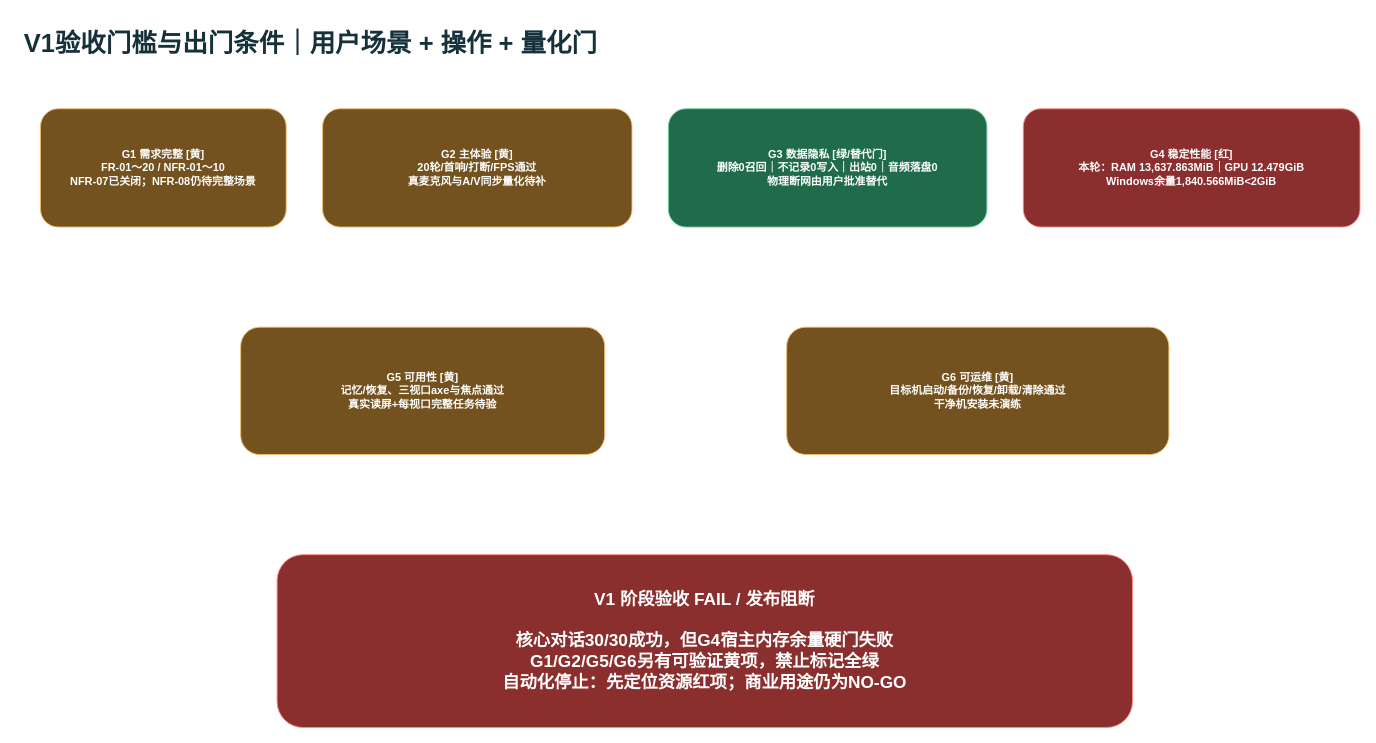
This is page "08-V1验收门槛与出门" (8 of 8) of docs/cyberWife-b3-b5-delivery-gap.drawio from ljx418/cyberWife, a draw.io file, before an edit. Source tidied: cells renumbered, new cells numbered last; positions are measured from the earlier drawing's top-left corner, leaving out a move shared by most shapes. Both pictures are drawn from the tidied source at 91%, with x=0, y=0 at pixel (22, 22).
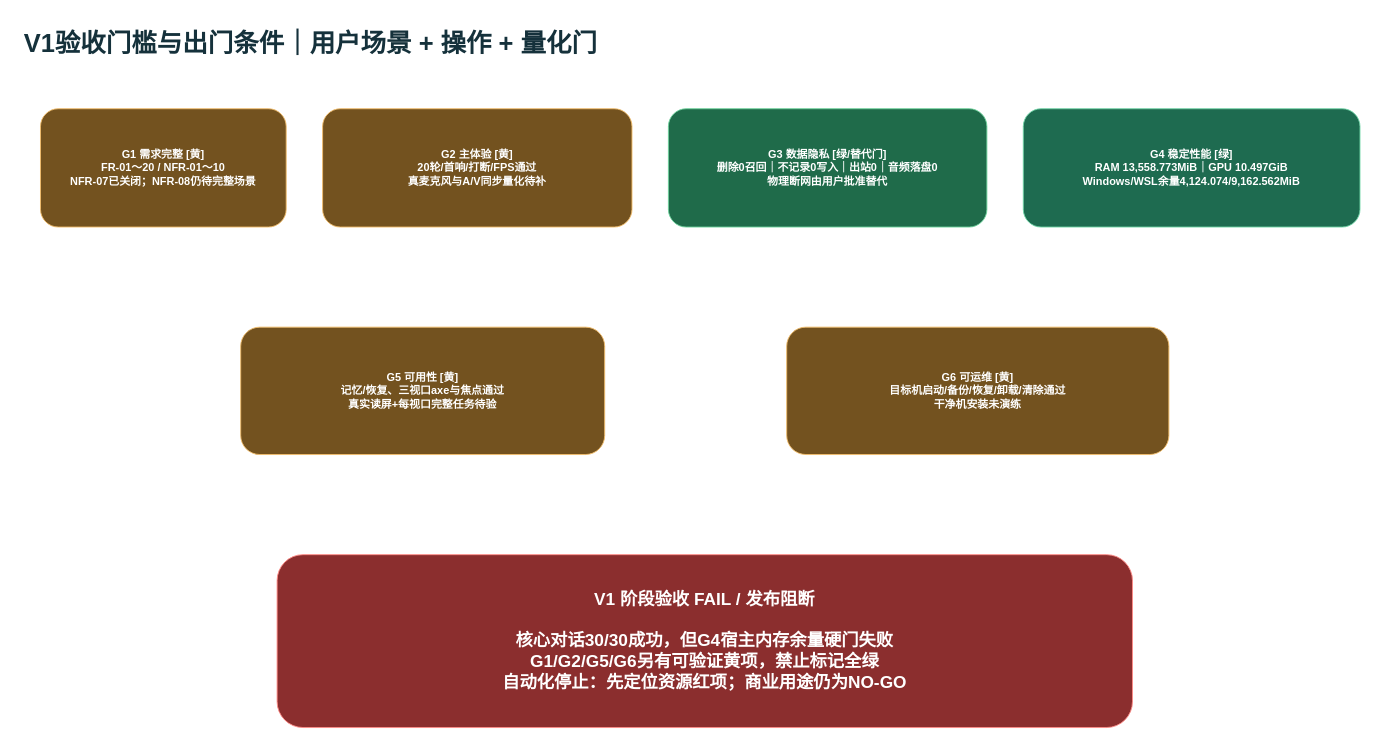
Above is the later version.

Diff of the diagram source:
```diff
@@
 <mxGraphModel>
   <root>
     <mxCell id="0" />
     <mxCell id="1" parent="0" />
     <mxCell id="2" value="V1验收门槛与出门条件｜用户场景 + 操作 + 量化门" style="text;html=1;fontSize=28;fontStyle=1;fontColor=#15313B;" parent="1" vertex="1">
       <mxGeometry width="1300" height="50" as="geometry" />
     </mxCell>
     <mxCell id="3" value="G1 需求完整 [黄]&#10;FR-01～20 / NFR-01～10&#10;NFR-07已关闭；NFR-08仍待完整场景" style="rounded=1;html=1;whiteSpace=wrap;fillColor=#73521F;strokeColor=#F2BD6B;fontColor=#FFFFFF;fontStyle=1;" parent="1" vertex="1">
       <mxGeometry x="20" y="95" width="270" height="130" as="geometry" />
     </mxCell>
     <mxCell id="4" value="G2 主体验 [黄]&#10;20轮/首响/打断/FPS通过&#10;真麦克风与A/V同步量化待补" style="rounded=1;html=1;whiteSpace=wrap;fillColor=#73521F;strokeColor=#F2BD6B;fontColor=#FFFFFF;fontStyle=1;" parent="1" vertex="1">
       <mxGeometry x="330" y="95" width="340" height="130" as="geometry" />
     </mxCell>
     <mxCell id="5" value="G3 数据隐私 [绿/替代门]&#10;删除0召回｜不记录0写入｜出站0｜音频落盘0&#10;物理断网由用户批准替代" style="rounded=1;html=1;whiteSpace=wrap;fillColor=#1F6B4A;strokeColor=#6ED39C;fontColor=#FFFFFF;fontStyle=1;" parent="1" vertex="1">
       <mxGeometry x="710" y="95" width="350" height="130" as="geometry" />
     </mxCell>
-    <mxCell id="6" value="G4 稳定性能 [红]&#10;本轮：RAM 13,637.863MiB｜GPU 12.479GiB&#10;Windows余量1,840.566MiB&lt;2GiB" style="rounded=1;html=1;whiteSpace=wrap;fillColor=#8B2E2E;strokeColor=#FF8C87;fontColor=#FFFFFF;fontStyle=1;" parent="1" vertex="1">
+    <mxCell id="6" value="G4 稳定性能 [绿]&#10;RAM 13,558.773MiB｜GPU 10.497GiB&#10;Windows/WSL余量4,124.074/9,162.562MiB" style="rounded=1;html=1;whiteSpace=wrap;fillColor=#1E6B50;strokeColor=#70D6A7;fontColor=#FFFFFF;fontStyle=1;" parent="1" vertex="1">
       <mxGeometry x="1100" y="95" width="370" height="130" as="geometry" />
     </mxCell>
     <mxCell id="7" value="G5 可用性 [黄]&#10;记忆/恢复、三视口axe与焦点通过&#10;真实读屏+每视口完整任务待验" style="rounded=1;html=1;whiteSpace=wrap;fillColor=#73521F;strokeColor=#F2BD6B;fontColor=#FFFFFF;fontStyle=1;" parent="1" vertex="1">
       <mxGeometry x="240" y="335" width="400" height="140" as="geometry" />
     </mxCell>
     <mxCell id="8" value="G6 可运维 [黄]&#10;目标机启动/备份/恢复/卸载/清除通过&#10;干净机安装未演练" style="rounded=1;html=1;whiteSpace=wrap;fillColor=#73521F;strokeColor=#F2BD6B;fontColor=#FFFFFF;fontStyle=1;" parent="1" vertex="1">
       <mxGeometry x="840" y="335" width="420" height="140" as="geometry" />
     </mxCell>
     <mxCell id="9" value="V1 阶段验收 FAIL / 发布阻断&#10;&#10;核心对话30/30成功，但G4宿主内存余量硬门失败&#10;G1/G2/G5/G6另有可验证黄项，禁止标记全绿&#10;自动化停止：先定位资源红项；商业用途仍为NO-GO" style="rounded=1;html=1;whiteSpace=wrap;fillColor=#8B2E2E;strokeColor=#FF8C87;fontColor=#FFFFFF;fontSize=19;fontStyle=1;" parent="1" vertex="1">
       <mxGeometry x="280" y="585" width="940" height="190" as="geometry" />
     </mxCell>
     <mxCell id="10" style="edgeStyle=orthogonalEdgeStyle;strokeColor=#8AA0A9;endArrow=block;" parent="1" edge="1" source="3" target="9" />
     <mxCell id="11" style="edgeStyle=orthogonalEdgeStyle;strokeColor=#8AA0A9;endArrow=block;" parent="1" edge="1" source="4" target="9" />
     <mxCell id="12" style="edgeStyle=orthogonalEdgeStyle;strokeColor=#8AA0A9;endArrow=block;" parent="1" edge="1" source="5" target="9" />
     <mxCell id="13" style="edgeStyle=orthogonalEdgeStyle;strokeColor=#8AA0A9;endArrow=block;" parent="1" edge="1" source="6" target="9" />
     <mxCell id="14" style="edgeStyle=orthogonalEdgeStyle;strokeColor=#8AA0A9;endArrow=block;" parent="1" edge="1" source="7" target="9" />
     <mxCell id="15" style="edgeStyle=orthogonalEdgeStyle;strokeColor=#8AA0A9;endArrow=block;" parent="1" edge="1" source="8" target="9" />
   </root>
 </mxGraphModel>
```
